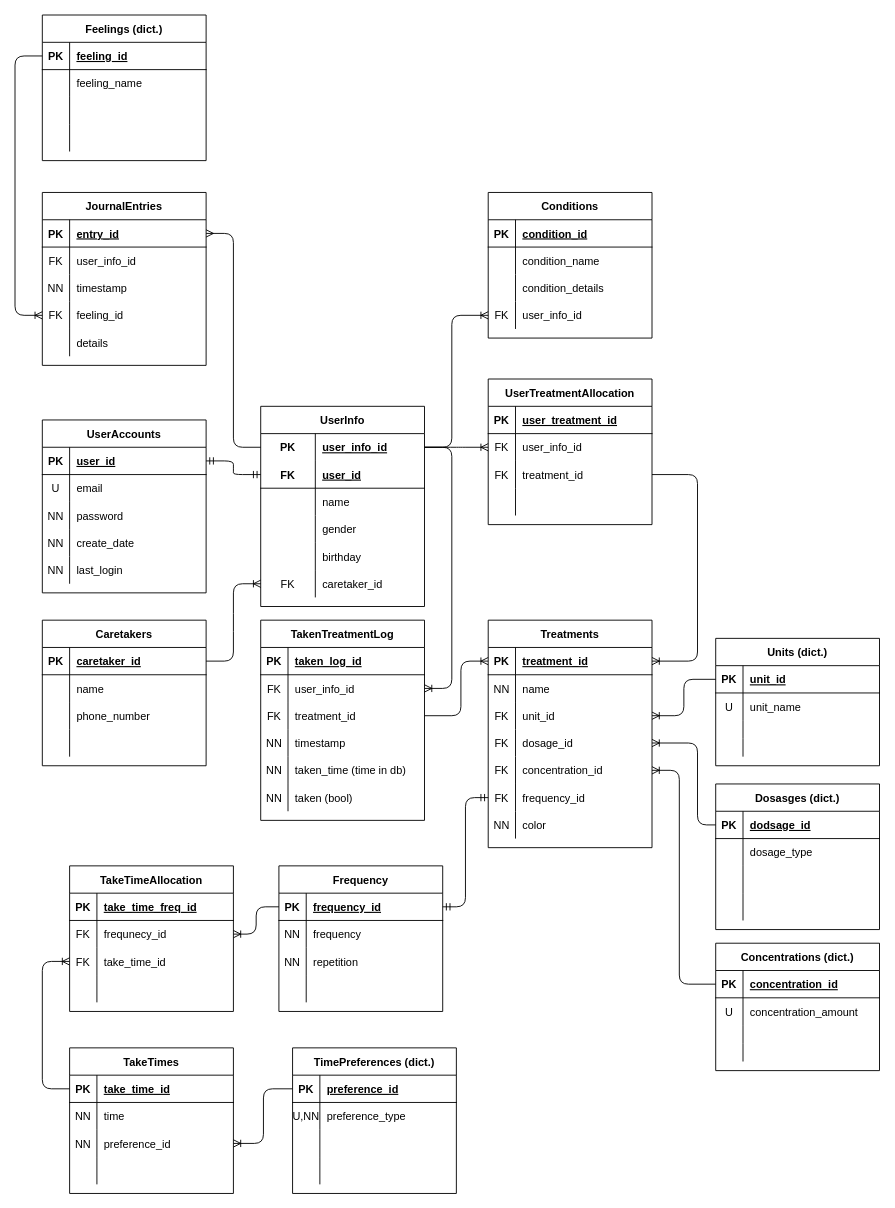
Above: db_diagram.drawio in Medi-medication-reminder-app/medi-database (draw.io), before the change. Source tidied: cells renumbered, new cells numbered last; positions are measured from the earlier drawing's top-left corner, leaving out a move shared by most shapes. Both pictures are drawn from the tidied source at 91%, with x=0, y=0 at pixel (15, 15).
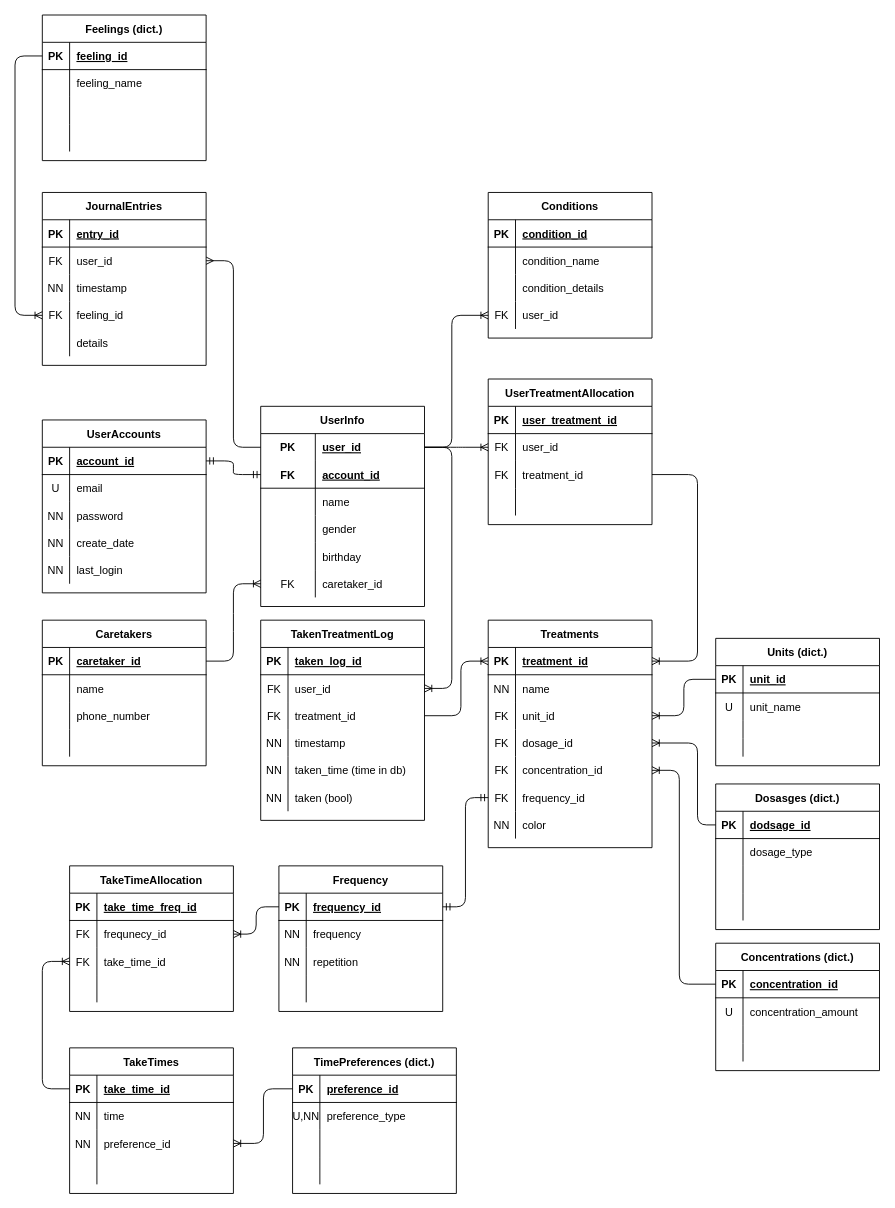
The same page after the edit.

Unchanged cells that the change refers to:
```xml
<mxCell id="3" style="shape=partialRectangle;fillColor=none;top=0;left=0;bottom=1;right=0;points=[[0,0.5],[1,0.5]];portConstraint=eastwest;" parent="2" vertex="1">
  <mxGeometry y="30" width="180" height="30" as="geometry" />
</mxCell>
<mxCell id="19" style="shape=partialRectangle;fillColor=none;top=0;left=0;bottom=0;right=0;points=[[0,0.5],[1,0.5]];portConstraint=eastwest;" parent="18" vertex="1">
  <mxGeometry y="30" width="180" height="30" as="geometry" />
</mxCell>
<mxCell id="22" style="shape=partialRectangle;fillColor=none;top=0;left=0;bottom=1;right=0;points=[[0,0.5],[1,0.5]];portConstraint=eastwest;" parent="18" vertex="1">
  <mxGeometry y="60" width="180" height="30" as="geometry" />
</mxCell>
<mxCell id="93" style="shape=partialRectangle;fillColor=none;top=0;left=0;bottom=0;right=0;points=[[0,0.5],[1,0.5]];portConstraint=eastwest;" parent="89" vertex="1">
  <mxGeometry y="60" width="180" height="30" as="geometry" />
</mxCell>
<mxCell id="161" style="shape=partialRectangle;fillColor=none;top=0;left=0;bottom=1;right=0;points=[[0,0.5],[1,0.5]];portConstraint=eastwest;" parent="160" vertex="1">
  <mxGeometry y="30" width="180" height="30" as="geometry" />
</mxCell>
<mxCell id="164" style="shape=partialRectangle;fillColor=none;top=0;left=0;bottom=0;right=0;points=[[0,0.5],[1,0.5]];portConstraint=eastwest;" parent="160" vertex="1">
  <mxGeometry y="60" width="180" height="30" as="geometry" />
</mxCell>
<mxCell id="181" style="shape=partialRectangle;fillColor=none;top=0;left=0;bottom=0;right=0;points=[[0,0.5],[1,0.5]];portConstraint=eastwest;" parent="177" vertex="1">
  <mxGeometry y="60" width="180" height="30" as="geometry" />
</mxCell>
<mxCell id="208" style="shape=partialRectangle;fillColor=none;top=0;left=0;bottom=0;right=0;points=[[0,0.5],[1,0.5]];portConstraint=eastwest;" parent="198" vertex="1">
  <mxGeometry y="120" width="180" height="30" as="geometry" />
</mxCell>
```

What changed in the source:
```diff
@@
-    <mxCell id="5" value="user_id" style="shape=partialRectangle;fillColor=none;top=0;left=0;bottom=0;right=0;align=left;spacingLeft=6;fontStyle=5;overflow=hidden;" parent="3" vertex="1">
+    <mxCell id="5" value="account_id" style="shape=partialRectangle;fillColor=none;top=0;left=0;bottom=0;right=0;align=left;spacingLeft=6;fontStyle=5;overflow=hidden;" parent="3" vertex="1">
       <mxGeometry x="30" width="150" height="30" as="geometry" />
     </mxCell>
@@
-    <mxCell id="21" value="user_info_id" style="shape=partialRectangle;fillColor=none;top=0;left=0;bottom=0;right=0;align=left;spacingLeft=6;fontStyle=5;overflow=hidden;" parent="19" vertex="1">
+    <mxCell id="21" value="user_id" style="shape=partialRectangle;fillColor=none;top=0;left=0;bottom=0;right=0;align=left;spacingLeft=6;fontStyle=5;overflow=hidden;" parent="19" vertex="1">
       <mxGeometry x="60" width="120" height="30" as="geometry" />
     </mxCell>
@@
-    <mxCell id="24" value="user_id" style="shape=partialRectangle;fillColor=none;top=0;left=0;bottom=0;right=0;align=left;spacingLeft=6;fontStyle=5;overflow=hidden;" parent="22" vertex="1">
+    <mxCell id="24" value="account_id" style="shape=partialRectangle;fillColor=none;top=0;left=0;bottom=0;right=0;align=left;spacingLeft=6;fontStyle=5;overflow=hidden;" parent="22" vertex="1">
       <mxGeometry x="60" width="120" height="30" as="geometry" />
     </mxCell>
@@
-    <mxCell id="95" value="user_info_id" style="shape=partialRectangle;fillColor=none;top=0;left=0;bottom=0;right=0;align=left;spacingLeft=6;overflow=hidden;" parent="93" vertex="1">
+    <mxCell id="95" value="user_id" style="shape=partialRectangle;fillColor=none;top=0;left=0;bottom=0;right=0;align=left;spacingLeft=6;overflow=hidden;" parent="93" vertex="1">
       <mxGeometry x="30" width="150" height="30" as="geometry" />
     </mxCell>
@@
-    <mxCell id="166" value="user_info_id" style="shape=partialRectangle;fillColor=none;top=0;left=0;bottom=0;right=0;align=left;spacingLeft=6;overflow=hidden;" parent="164" vertex="1">
+    <mxCell id="166" value="user_id" style="shape=partialRectangle;fillColor=none;top=0;left=0;bottom=0;right=0;align=left;spacingLeft=6;overflow=hidden;" parent="164" vertex="1">
       <mxGeometry x="30" width="150" height="30" as="geometry" />
     </mxCell>
@@
-    <mxCell id="176" style="edgeStyle=entityRelationEdgeStyle;fontSize=12;html=1;endArrow=ERmany;exitX=0;exitY=0.5;exitDx=0;exitDy=0;entryX=1;entryY=0.5;entryDx=0;entryDy=0;" parent="1" edge="1" source="19" target="161">
+    <mxCell id="176" style="edgeStyle=entityRelationEdgeStyle;fontSize=12;html=1;endArrow=ERmany;exitX=0;exitY=0.5;exitDx=0;exitDy=0;entryX=1;entryY=0.5;entryDx=0;entryDy=0;" parent="1" edge="1" source="19" target="164">
       <mxGeometry relative="1" as="geometry" />
     </mxCell>
@@
-    <mxCell id="183" value="user_info_id" style="shape=partialRectangle;fillColor=none;top=0;left=0;bottom=0;right=0;align=left;spacingLeft=6;overflow=hidden;" parent="181" vertex="1">
+    <mxCell id="183" value="user_id" style="shape=partialRectangle;fillColor=none;top=0;left=0;bottom=0;right=0;align=left;spacingLeft=6;overflow=hidden;" parent="181" vertex="1">
       <mxGeometry x="30" width="150" height="30" as="geometry" />
     </mxCell>
@@
-    <mxCell id="210" value="user_info_id" style="shape=partialRectangle;fillColor=none;top=0;left=0;bottom=0;right=0;align=left;spacingLeft=6;overflow=hidden;" parent="208" vertex="1">
+    <mxCell id="210" value="user_id" style="shape=partialRectangle;fillColor=none;top=0;left=0;bottom=0;right=0;align=left;spacingLeft=6;overflow=hidden;" parent="208" vertex="1">
       <mxGeometry x="30" width="150" height="30" as="geometry" />
     </mxCell>
```
